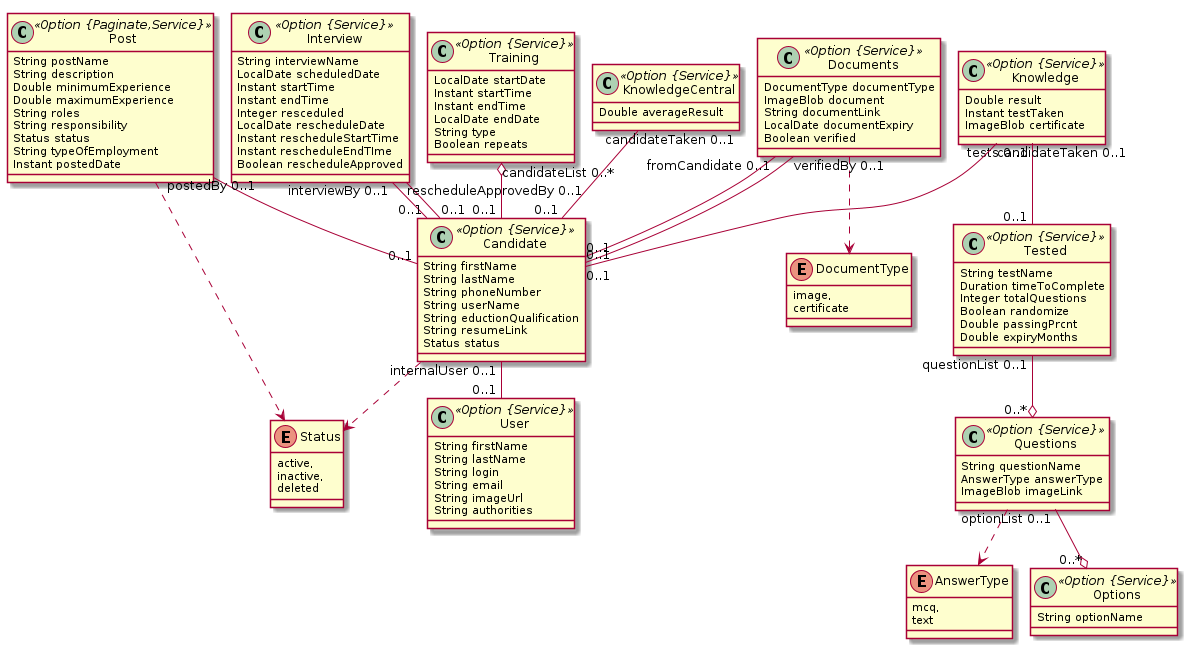
This is employeeFinal.png from Datalinkedai/employee, a PlantUML export, as it was before one commit.
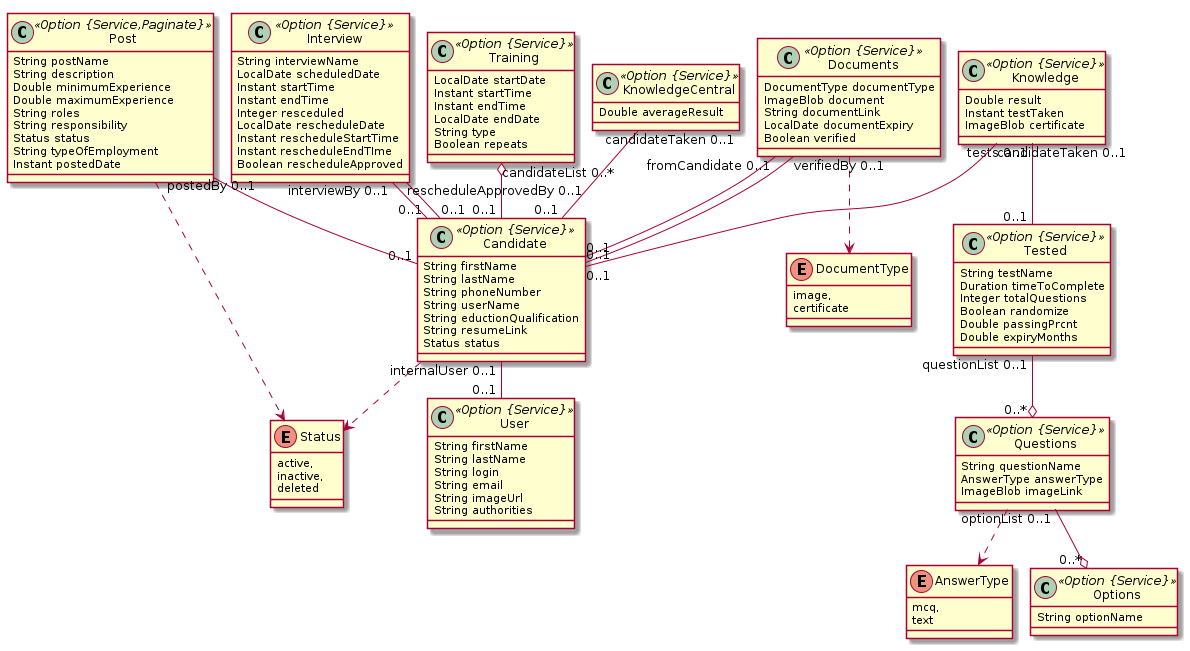
The same diagram one commit later.

Diff of the diagram source:
```diff
@@ -1,7 +1,7 @@
 @startuml
 	!pragma layout smetana
 	!pragma syntax class
-	class Post <<Option {Paginate,Service}>> {
+	class Post <<Option {Service,Paginate}>> {
 		String postName
 		String description
 		Double minimumExperience
```
